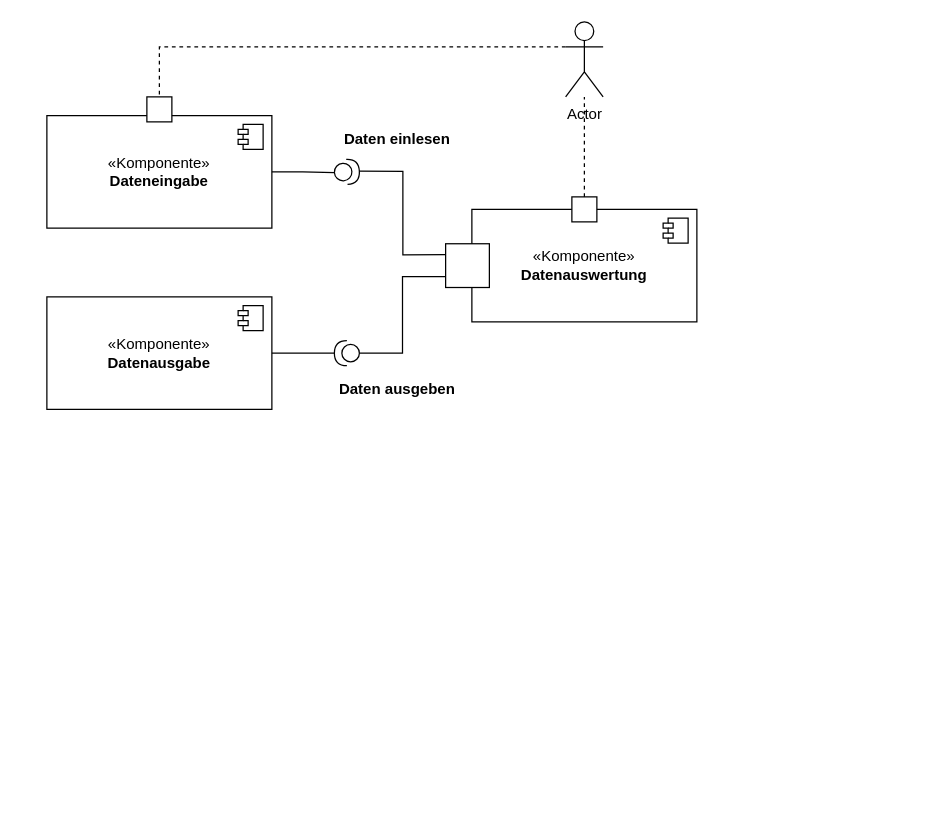
Earlier version of the draw.io diagram Komponentendiagramm.drawio (INKSec/Diagramme). Source tidied: cells renumbered, new cells numbered last; positions are measured from the earlier drawing's top-left corner, leaving out a move shared by most shapes. Both pictures are drawn from the tidied source at 125%, with x=0, y=0 at pixel (46, 21).
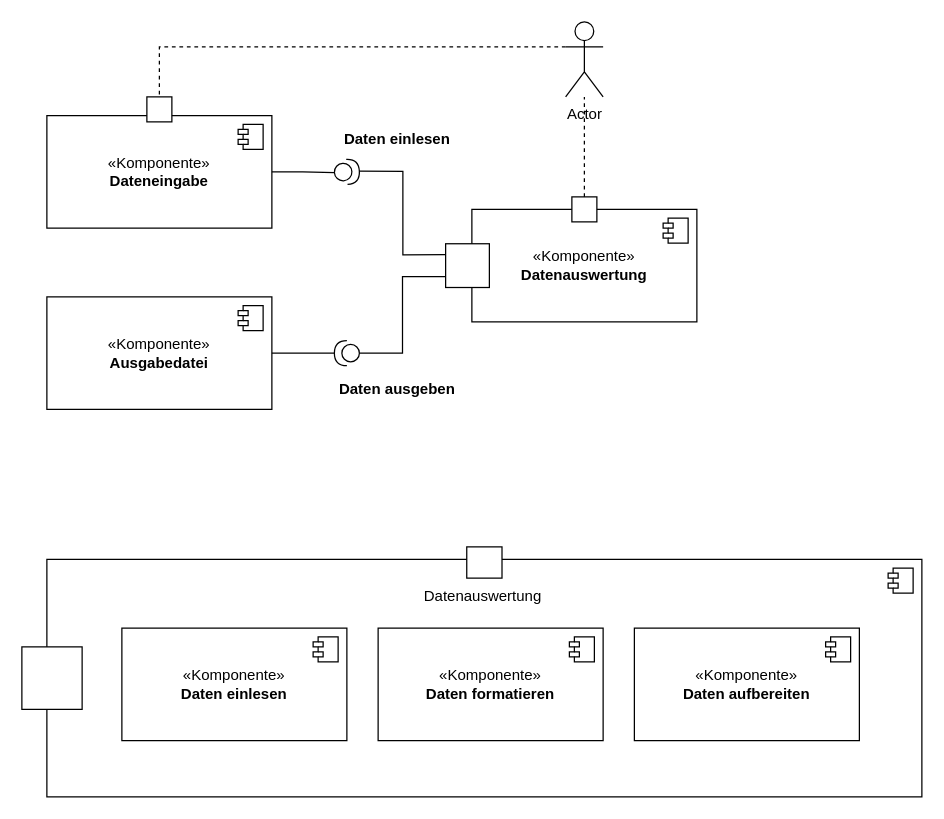
The same page after the edit.

What changed in the source:
```diff
@@
-    <mxCell id="4" value="«Komponente»&lt;br&gt;&lt;b&gt;Datenausgabe&lt;/b&gt;" style="html=1;whiteSpace=wrap;" parent="1" vertex="1">
+    <mxCell id="4" value="«Komponente»&lt;br&gt;&lt;b&gt;Ausgabedatei&lt;/b&gt;" style="html=1;whiteSpace=wrap;" parent="1" vertex="1">
       <mxGeometry y="220" width="180" height="90" as="geometry" />
     </mxCell>
@@
+    <mxCell id="22" style="html=1;whiteSpace=wrap;" parent="1" vertex="1">
+      <mxGeometry y="430" width="700" height="190" as="geometry" />
+    </mxCell>
+    <mxCell id="23" style="shape=module;jettyWidth=8;jettyHeight=4;" parent="22" vertex="1">
+      <mxGeometry x="1" width="20" height="20" relative="1" as="geometry">
+        <mxPoint x="-27" y="7" as="offset" />
+      </mxGeometry>
+    </mxCell>
+    <mxCell id="24" style="rounded=0;whiteSpace=wrap;html=1;" parent="1" vertex="1">
+      <mxGeometry x="-20" y="500" width="48.2" height="50" as="geometry" />
+    </mxCell>
+    <mxCell id="25" style="rounded=0;whiteSpace=wrap;html=1;" parent="1" vertex="1">
+      <mxGeometry x="335.9" y="420" width="28.2" height="25" as="geometry" />
+    </mxCell>
+    <mxCell id="26" value="«Komponente»&lt;br&gt;&lt;b&gt;Daten einlesen&lt;/b&gt;" style="html=1;whiteSpace=wrap;" parent="1" vertex="1">
+      <mxGeometry x="60" y="485" width="180" height="90" as="geometry" />
+    </mxCell>
+    <mxCell id="27" style="shape=module;jettyWidth=8;jettyHeight=4;" parent="26" vertex="1">
+      <mxGeometry x="1" width="20" height="20" relative="1" as="geometry">
+        <mxPoint x="-27" y="7" as="offset" />
+      </mxGeometry>
+    </mxCell>
+    <mxCell id="28" value="«Komponente»&lt;br&gt;&lt;b&gt;Daten formatieren&lt;/b&gt;" style="html=1;whiteSpace=wrap;" parent="1" vertex="1">
+      <mxGeometry x="265" y="485" width="180" height="90" as="geometry" />
+    </mxCell>
+    <mxCell id="29" style="shape=module;jettyWidth=8;jettyHeight=4;" parent="28" vertex="1">
+      <mxGeometry x="1" width="20" height="20" relative="1" as="geometry">
+        <mxPoint x="-27" y="7" as="offset" />
+      </mxGeometry>
+    </mxCell>
+    <mxCell id="30" value="«Komponente»&lt;br&gt;&lt;b&gt;Daten aufbereiten&lt;/b&gt;" style="html=1;whiteSpace=wrap;" parent="1" vertex="1">
+      <mxGeometry x="470" y="485" width="180" height="90" as="geometry" />
+    </mxCell>
+    <mxCell id="31" style="shape=module;jettyWidth=8;jettyHeight=4;" parent="30" vertex="1">
+      <mxGeometry x="1" width="20" height="20" relative="1" as="geometry">
+        <mxPoint x="-27" y="7" as="offset" />
+      </mxGeometry>
+    </mxCell>
+    <mxCell id="32" value="Datenauswertung" style="text;html=1;align=center;verticalAlign=middle;whiteSpace=wrap;rounded=0;" parent="1" vertex="1">
+      <mxGeometry x="319" y="445" width="60" height="30" as="geometry" />
+    </mxCell>
```
